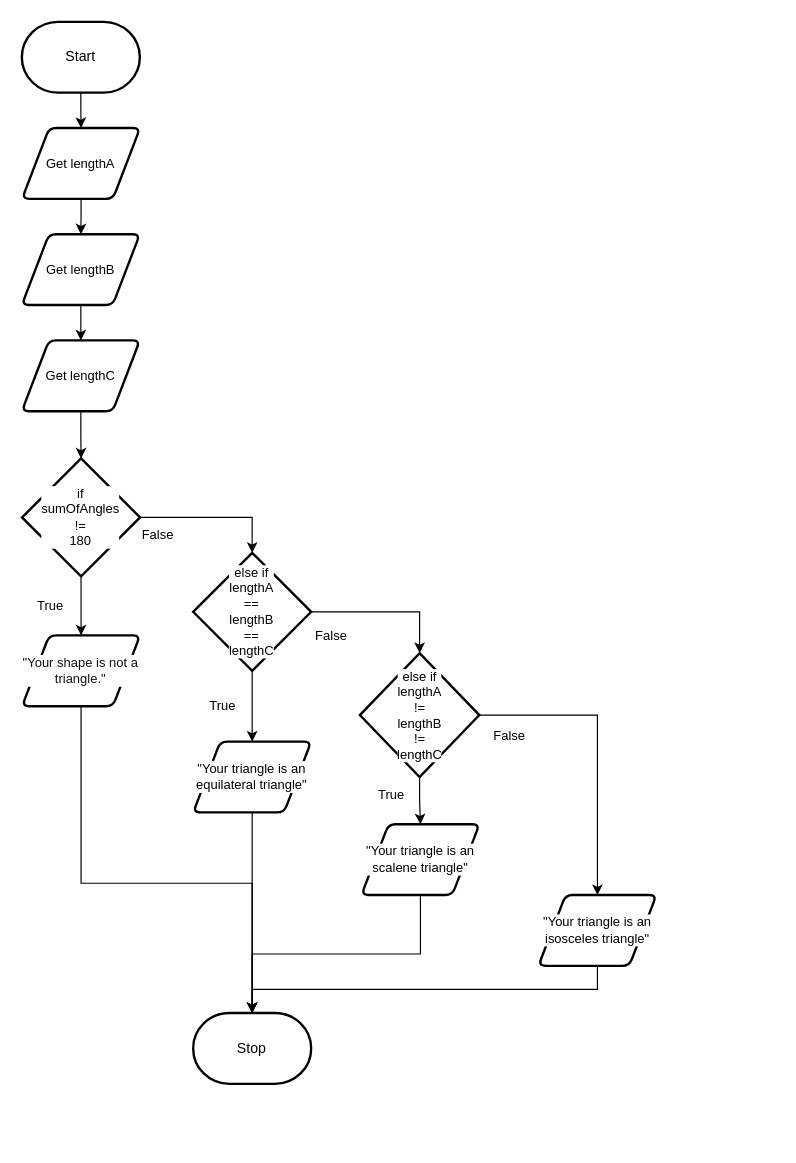
Earlier version of the draw.io diagram design/flowchart.drawio (MTHS-ICD2O-1-2024/ICD2O-Unit-5-05-bain-liao-1). Source tidied: cells renumbered, new cells numbered last; positions are measured from the earlier drawing's top-left corner, leaving out a move shared by most shapes. Both pictures are drawn from the tidied source at 118%, with x=0, y=0 at pixel (20, 21).
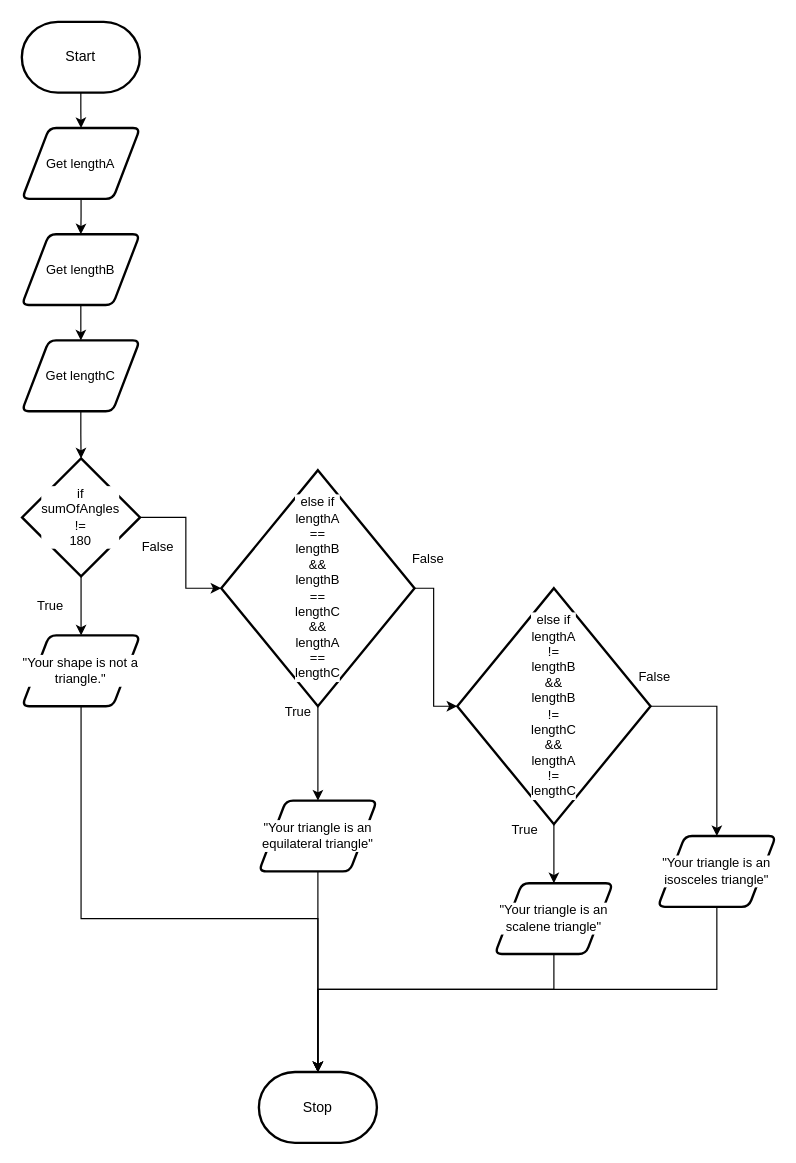
After the change.

Commit message (it also covers changes not shown here):
updated program, flowchart, and storyboard

Unchanged cells that the change refers to:
```xml
<mxCell id="6" value="if&lt;div&gt;sumOfAngles&lt;/div&gt;&lt;div&gt;!=&lt;/div&gt;&lt;div&gt;180&lt;/div&gt;" style="strokeWidth=2;html=1;shape=mxgraph.flowchart.decision;whiteSpace=wrap;fontFamily=Helvetica;fontSize=11;fontColor=default;labelBackgroundColor=default;" parent="1" vertex="1">
  <mxGeometry x="1.2" y="370" width="100" height="100" as="geometry" />
</mxCell>
```

Diff of the diagram source:
```diff
@@
+    <mxCell id="5" style="edgeStyle=orthogonalEdgeStyle;shape=connector;rounded=0;html=1;exitX=0.5;exitY=1;exitDx=0;exitDy=0;exitPerimeter=0;strokeColor=default;align=center;verticalAlign=middle;fontFamily=Helvetica;fontSize=11;fontColor=default;labelBackgroundColor=default;endArrow=classic;entryX=0.5;entryY=0;entryDx=0;entryDy=0;" parent="1" edge="1" source="6" target="12">
+      <mxGeometry relative="1" as="geometry" />
+    </mxCell>
-    <mxCell id="4" style="edgeStyle=orthogonalEdgeStyle;shape=connector;rounded=0;html=1;exitX=1;exitY=0.5;exitDx=0;exitDy=0;exitPerimeter=0;strokeColor=default;align=center;verticalAlign=middle;fontFamily=Helvetica;fontSize=11;fontColor=default;labelBackgroundColor=default;endArrow=classic;entryX=0.5;entryY=0;entryDx=0;entryDy=0;entryPerimeter=0;" parent="1" edge="1" source="6" target="14">
+    <mxCell id="4" style="edgeStyle=orthogonalEdgeStyle;shape=connector;rounded=0;html=1;exitX=1;exitY=0.5;exitDx=0;exitDy=0;exitPerimeter=0;entryX=0;entryY=0.5;entryDx=0;entryDy=0;entryPerimeter=0;labelBackgroundColor=default;strokeColor=default;fontFamily=Helvetica;fontSize=11;fontColor=default;endArrow=classic;" parent="1" edge="1" source="6" target="14">
       <mxGeometry relative="1" as="geometry">
         <Array as="points">
-          <mxPoint x="196.2" y="420" />
+          <mxPoint x="140" y="420" />
+          <mxPoint x="140" y="480" />
         </Array>
       </mxGeometry>
     </mxCell>
-    <mxCell id="5" style="edgeStyle=orthogonalEdgeStyle;shape=connector;rounded=0;html=1;exitX=0.5;exitY=1;exitDx=0;exitDy=0;exitPerimeter=0;strokeColor=default;align=center;verticalAlign=middle;fontFamily=Helvetica;fontSize=11;fontColor=default;labelBackgroundColor=default;endArrow=classic;entryX=0.5;entryY=0;entryDx=0;entryDy=0;" parent="1" edge="1" source="6" target="12">
-      <mxGeometry relative="1" as="geometry" />
-    </mxCell>
@@
     <mxCell id="7" value="False" style="text;html=1;align=center;verticalAlign=middle;strokeColor=none;fillColor=none;fontFamily=Helvetica;fontSize=11;fontColor=default;labelBackgroundColor=default;" parent="1" vertex="1">
-      <mxGeometry x="91.2" y="420" width="50" height="30" as="geometry" />
+      <mxGeometry x="91.2" y="430" width="50" height="30" as="geometry" />
     </mxCell>
@@
     <mxCell id="11" value="Stop" style="strokeWidth=2;html=1;shape=mxgraph.flowchart.terminator;whiteSpace=wrap;" parent="1" vertex="1">
-      <mxGeometry x="146.2" y="840" width="100" height="60" as="geometry" />
+      <mxGeometry x="201.9" y="890" width="100" height="60" as="geometry" />
     </mxCell>
-    <mxCell id="12" value="&lt;span style=&quot;color: rgb(18, 18, 18);&quot;&gt;&quot;Your shape is not a triangle.&quot;&lt;/span&gt;" style="shape=parallelogram;html=1;strokeWidth=2;perimeter=parallelogramPerimeter;whiteSpace=wrap;rounded=1;arcSize=12;size=0.23;fontFamily=Helvetica;fontSize=11;fontColor=default;labelBackgroundColor=default;" parent="1" vertex="1">
+    <mxCell id="12" value="&lt;font color=&quot;#000000&quot;&gt;&quot;Your shape is not a triangle.&quot;&lt;/font&gt;" style="shape=parallelogram;html=1;strokeWidth=2;perimeter=parallelogramPerimeter;whiteSpace=wrap;rounded=1;arcSize=12;size=0.23;fontFamily=Helvetica;fontSize=11;fontColor=default;labelBackgroundColor=default;" parent="1" vertex="1">
       <mxGeometry x="1.2" y="520" width="100" height="60" as="geometry" />
     </mxCell>
-    <mxCell id="13" style="edgeStyle=orthogonalEdgeStyle;shape=connector;rounded=0;html=1;exitX=0.5;exitY=1;exitDx=0;exitDy=0;exitPerimeter=0;entryX=0.5;entryY=0;entryDx=0;entryDy=0;strokeColor=default;align=center;verticalAlign=middle;fontFamily=Helvetica;fontSize=11;fontColor=default;labelBackgroundColor=default;endArrow=classic;" parent="1" edge="1" source="14" target="17">
+    <mxCell id="13" style="edgeStyle=orthogonalEdgeStyle;shape=connector;rounded=0;html=1;exitX=0.5;exitY=1;exitDx=0;exitDy=0;exitPerimeter=0;entryX=0.5;entryY=0;entryDx=0;entryDy=0;labelBackgroundColor=default;strokeColor=default;fontFamily=Helvetica;fontSize=11;fontColor=default;endArrow=classic;" parent="1" edge="1" source="14" target="17">
       <mxGeometry relative="1" as="geometry" />
     </mxCell>
+    <mxCell id="34" style="edgeStyle=orthogonalEdgeStyle;shape=connector;rounded=0;html=1;exitX=1;exitY=0.5;exitDx=0;exitDy=0;exitPerimeter=0;entryX=0;entryY=0.5;entryDx=0;entryDy=0;entryPerimeter=0;labelBackgroundColor=default;strokeColor=default;fontFamily=Helvetica;fontSize=11;fontColor=default;endArrow=classic;" parent="1" edge="1" source="14" target="37">
+      <mxGeometry relative="1" as="geometry">
+        <Array as="points">
+          <mxPoint x="350" y="480" />
+          <mxPoint x="350" y="580" />
+        </Array>
+      </mxGeometry>
+    </mxCell>
-    <mxCell id="14" value="else if&lt;div&gt;lengthA&lt;/div&gt;&lt;div&gt;==&lt;/div&gt;&lt;div&gt;lengthB&lt;/div&gt;&lt;div&gt;==&lt;/div&gt;&lt;div&gt;lengthC&lt;/div&gt;" style="strokeWidth=2;html=1;shape=mxgraph.flowchart.decision;whiteSpace=wrap;fontFamily=Helvetica;fontSize=11;fontColor=default;labelBackgroundColor=default;" parent="1" vertex="1">
-      <mxGeometry x="146.2" y="450" width="100" height="100" as="geometry" />
+    <mxCell id="14" value="else if&lt;br&gt;lengthA&lt;br&gt;==&lt;br&gt;lengthB&lt;br&gt;&amp;amp;&amp;amp;&lt;br&gt;lengthB&lt;br&gt;==&lt;br&gt;lengthC&lt;br&gt;&amp;amp;&amp;amp;&lt;br&gt;lengthA&lt;br&gt;==&lt;br&gt;lengthC&lt;div&gt;&lt;/div&gt;" style="strokeWidth=2;html=1;shape=mxgraph.flowchart.decision;whiteSpace=wrap;fontFamily=Helvetica;fontSize=11;fontColor=default;labelBackgroundColor=default;" parent="1" vertex="1">
+      <mxGeometry x="170" y="380" width="163.8" height="200" as="geometry" />
     </mxCell>
-    <mxCell id="15" value="False" style="text;html=1;align=center;verticalAlign=middle;strokeColor=none;fillColor=none;fontFamily=Helvetica;fontSize=11;fontColor=default;labelBackgroundColor=default;" parent="1" vertex="1">
-      <mxGeometry x="237.5" y="505" width="50" height="30" as="geometry" />
-    </mxCell>
-    <mxCell id="16" value="True" style="text;html=1;align=center;verticalAlign=middle;strokeColor=none;fillColor=none;fontFamily=Helvetica;fontSize=11;fontColor=default;labelBackgroundColor=default;" parent="1" vertex="1">
-      <mxGeometry x="146.2" y="565" width="50" height="30" as="geometry" />
-    </mxCell>
     <mxCell id="17" value="&quot;Your triangle is an equilateral triangle&quot;" style="shape=parallelogram;html=1;strokeWidth=2;perimeter=parallelogramPerimeter;whiteSpace=wrap;rounded=1;arcSize=12;size=0.23;fontFamily=Helvetica;fontSize=11;fontColor=default;labelBackgroundColor=default;" parent="1" vertex="1">
-      <mxGeometry x="146.2" y="610" width="100" height="60" as="geometry" />
+      <mxGeometry x="201.9" y="660" width="100" height="60" as="geometry" />
     </mxCell>
-    <mxCell id="18" style="edgeStyle=orthogonalEdgeStyle;shape=connector;rounded=0;html=1;exitX=0.5;exitY=1;exitDx=0;exitDy=0;exitPerimeter=0;entryX=0.5;entryY=0;entryDx=0;entryDy=0;strokeColor=default;align=center;verticalAlign=middle;fontFamily=Helvetica;fontSize=11;fontColor=default;labelBackgroundColor=default;endArrow=classic;" parent="1" edge="1" source="20" target="28">
-      <mxGeometry relative="1" as="geometry" />
-    </mxCell>
-    <mxCell id="19" style="edgeStyle=orthogonalEdgeStyle;shape=connector;rounded=0;html=1;exitX=1;exitY=0.5;exitDx=0;exitDy=0;exitPerimeter=0;strokeColor=default;align=center;verticalAlign=middle;fontFamily=Helvetica;fontSize=11;fontColor=default;labelBackgroundColor=default;endArrow=classic;entryX=0.5;entryY=0;entryDx=0;entryDy=0;" parent="1" edge="1" source="20" target="31">
-      <mxGeometry relative="1" as="geometry" />
-    </mxCell>
-    <mxCell id="20" value="else if&lt;div&gt;lengthA&lt;/div&gt;&lt;div&gt;!=&lt;/div&gt;&lt;div&gt;lengthB&lt;/div&gt;&lt;div&gt;!=&lt;/div&gt;&lt;div&gt;lengthC&lt;/div&gt;" style="strokeWidth=2;html=1;shape=mxgraph.flowchart.decision;whiteSpace=wrap;fontFamily=Helvetica;fontSize=11;fontColor=default;labelBackgroundColor=default;" parent="1" vertex="1">
-      <mxGeometry x="287.5" y="535" width="101.2" height="105" as="geometry" />
-    </mxCell>
-    <mxCell id="21" style="edgeStyle=orthogonalEdgeStyle;shape=connector;rounded=0;html=1;exitX=1;exitY=0.5;exitDx=0;exitDy=0;exitPerimeter=0;entryX=0.5;entryY=0;entryDx=0;entryDy=0;entryPerimeter=0;strokeColor=default;align=center;verticalAlign=middle;fontFamily=Helvetica;fontSize=11;fontColor=default;labelBackgroundColor=default;endArrow=classic;" parent="1" edge="1" source="14" target="20">
-      <mxGeometry relative="1" as="geometry" />
-    </mxCell>
     <mxCell id="22" style="edgeStyle=orthogonalEdgeStyle;shape=connector;rounded=0;html=1;exitX=0.5;exitY=1;exitDx=0;exitDy=0;entryX=0.5;entryY=0;entryDx=0;entryDy=0;entryPerimeter=0;strokeColor=default;align=center;verticalAlign=middle;fontFamily=Helvetica;fontSize=11;fontColor=default;labelBackgroundColor=default;endArrow=classic;" parent="1" edge="1" source="12" target="11">
       <mxGeometry relative="1" as="geometry">
         <Array as="points">
-          <mxPoint x="51.2" y="730" />
-          <mxPoint x="196.2" y="730" />
+          <mxPoint x="51" y="760" />
+          <mxPoint x="252" y="760" />
         </Array>
       </mxGeometry>
     </mxCell>
@@
     <mxCell id="28" value="&quot;Your triangle is an scalene triangle&quot;" style="shape=parallelogram;html=1;strokeWidth=2;perimeter=parallelogramPerimeter;whiteSpace=wrap;rounded=1;arcSize=12;size=0.23;fontFamily=Helvetica;fontSize=11;fontColor=default;labelBackgroundColor=default;" parent="1" vertex="1">
-      <mxGeometry x="288.8" y="680" width="100" height="60" as="geometry" />
+      <mxGeometry x="401.9" y="730" width="100" height="60" as="geometry" />
     </mxCell>
-    <mxCell id="29" value="True" style="text;html=1;align=center;verticalAlign=middle;strokeColor=none;fillColor=none;fontFamily=Helvetica;fontSize=11;fontColor=default;labelBackgroundColor=default;" parent="1" vertex="1">
-      <mxGeometry x="288.8" y="640" width="50" height="30" as="geometry" />
-    </mxCell>
-    <mxCell id="30" value="False" style="text;html=1;align=center;verticalAlign=middle;strokeColor=none;fillColor=none;fontFamily=Helvetica;fontSize=11;fontColor=default;labelBackgroundColor=default;" parent="1" vertex="1">
-      <mxGeometry x="388.8" y="590" width="50" height="30" as="geometry" />
-    </mxCell>
     <mxCell id="31" value="&quot;Your triangle is an isosceles triangle&quot;" style="shape=parallelogram;html=1;strokeWidth=2;perimeter=parallelogramPerimeter;whiteSpace=wrap;rounded=1;arcSize=12;size=0.23;fontFamily=Helvetica;fontSize=11;fontColor=default;labelBackgroundColor=default;" parent="1" vertex="1">
-      <mxGeometry x="438.8" y="740" width="100" height="60" as="geometry" />
+      <mxGeometry x="540" y="690" width="100" height="60" as="geometry" />
     </mxCell>
     <mxCell id="32" style="edgeStyle=orthogonalEdgeStyle;shape=connector;rounded=0;html=1;exitX=0.5;exitY=1;exitDx=0;exitDy=0;entryX=0.5;entryY=0;entryDx=0;entryDy=0;entryPerimeter=0;strokeColor=default;align=center;verticalAlign=middle;fontFamily=Helvetica;fontSize=11;fontColor=default;labelBackgroundColor=default;endArrow=classic;" parent="1" edge="1" source="28" target="11">
-      <mxGeometry relative="1" as="geometry" />
+      <mxGeometry relative="1" as="geometry">
+        <Array as="points">
+          <mxPoint x="452" y="820" />
+          <mxPoint x="252" y="820" />
+        </Array>
+      </mxGeometry>
     </mxCell>
@@
+    <mxCell id="35" style="edgeStyle=orthogonalEdgeStyle;shape=connector;rounded=0;html=1;exitX=0.5;exitY=1;exitDx=0;exitDy=0;exitPerimeter=0;entryX=0.5;entryY=0;entryDx=0;entryDy=0;labelBackgroundColor=default;strokeColor=default;fontFamily=Helvetica;fontSize=11;fontColor=default;endArrow=classic;" parent="1" edge="1" source="37" target="28">
+      <mxGeometry relative="1" as="geometry" />
+    </mxCell>
+    <mxCell id="36" style="edgeStyle=orthogonalEdgeStyle;shape=connector;rounded=0;html=1;exitX=1;exitY=0.5;exitDx=0;exitDy=0;exitPerimeter=0;entryX=0.5;entryY=0;entryDx=0;entryDy=0;labelBackgroundColor=default;strokeColor=default;fontFamily=Helvetica;fontSize=11;fontColor=default;endArrow=classic;" parent="1" edge="1" source="37" target="31">
+      <mxGeometry relative="1" as="geometry" />
+    </mxCell>
+    <mxCell id="37" value="else if&lt;br&gt;lengthA&lt;br&gt;!=&lt;br&gt;lengthB&lt;br&gt;&amp;amp;&amp;amp;&lt;br&gt;lengthB&lt;br&gt;!=&lt;br&gt;lengthC&lt;br&gt;&amp;amp;&amp;amp;&lt;br&gt;lengthA&lt;br&gt;!=&lt;br&gt;lengthC&lt;div&gt;&lt;/div&gt;" style="strokeWidth=2;html=1;shape=mxgraph.flowchart.decision;whiteSpace=wrap;fontFamily=Helvetica;fontSize=11;fontColor=default;labelBackgroundColor=default;" parent="1" vertex="1">
+      <mxGeometry x="370" y="480" width="163.8" height="200" as="geometry" />
+    </mxCell>
+    <mxCell id="38" value="False" style="text;html=1;align=center;verticalAlign=middle;strokeColor=none;fillColor=none;fontFamily=Helvetica;fontSize=11;fontColor=default;labelBackgroundColor=default;" parent="1" vertex="1">
+      <mxGeometry x="320" y="440" width="50" height="30" as="geometry" />
+    </mxCell>
+    <mxCell id="39" value="True" style="text;html=1;align=center;verticalAlign=middle;strokeColor=none;fillColor=none;fontFamily=Helvetica;fontSize=11;fontColor=default;labelBackgroundColor=default;" parent="1" vertex="1">
+      <mxGeometry x="210" y="570" width="50" height="30" as="geometry" />
+    </mxCell>
+    <mxCell id="40" value="False" style="text;html=1;align=center;verticalAlign=middle;strokeColor=none;fillColor=none;fontFamily=Helvetica;fontSize=11;fontColor=default;labelBackgroundColor=default;" parent="1" vertex="1">
+      <mxGeometry x="511.9" y="540" width="50" height="30" as="geometry" />
+    </mxCell>
+    <mxCell id="41" value="True" style="text;html=1;align=center;verticalAlign=middle;strokeColor=none;fillColor=none;fontFamily=Helvetica;fontSize=11;fontColor=default;labelBackgroundColor=default;" parent="1" vertex="1">
+      <mxGeometry x="401.9" y="670" width="50" height="30" as="geometry" />
+    </mxCell>
```
